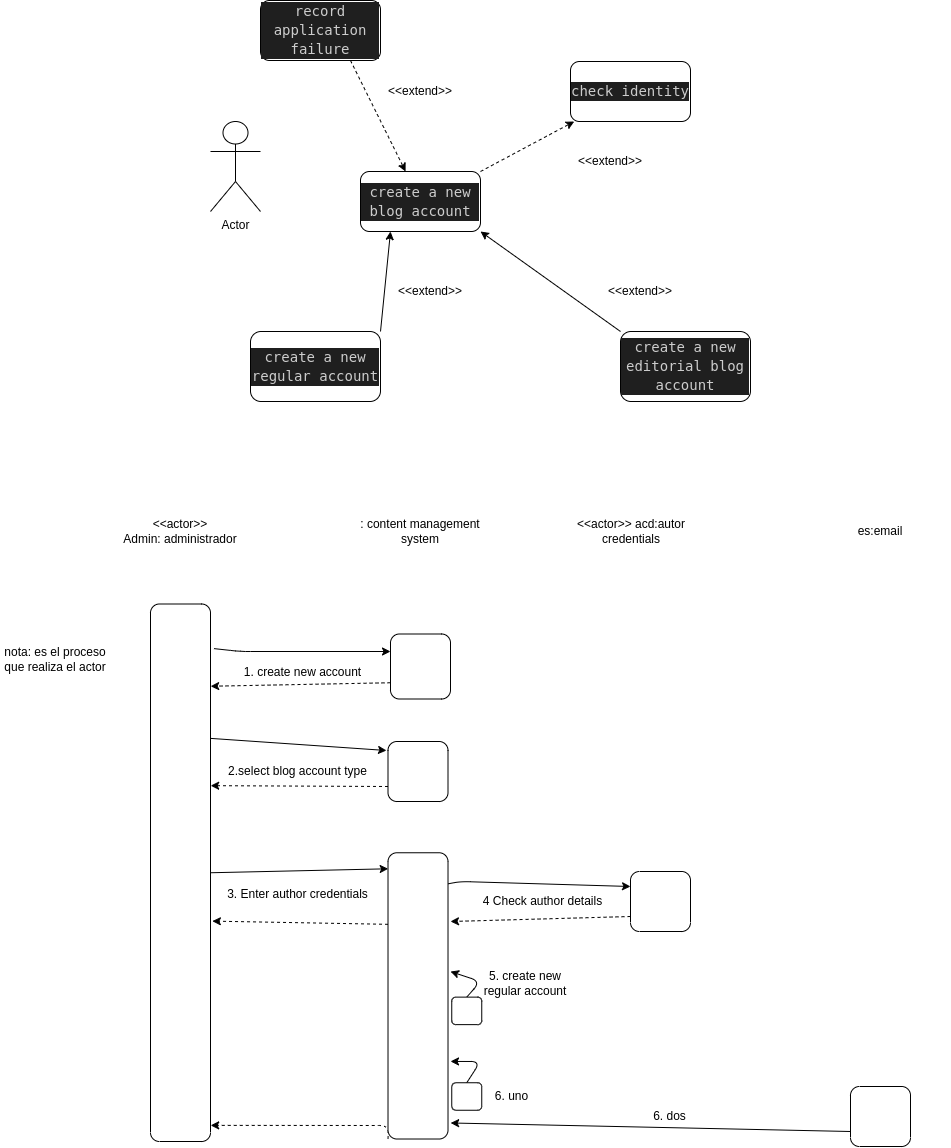
The draw.io diagram diagrama de secuencia/apuntesDS.drawio.png in mdiogc/ETS, before a commit. Source tidied: cells renumbered, new cells last; positions are measured from the earlier drawing's top-left corner, leaving out a move shared by most shapes.
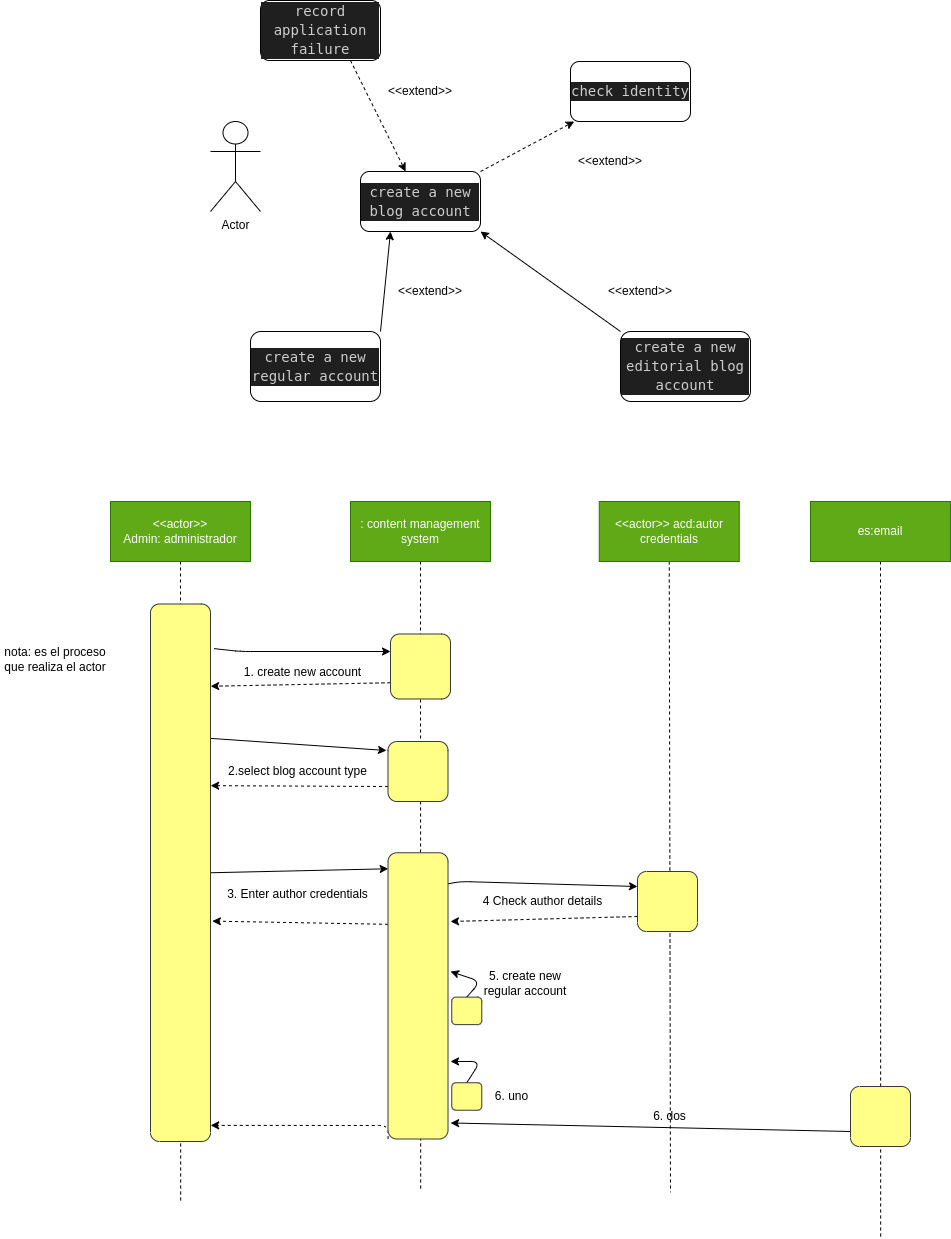
The same file after the commit.

The edit, as a diff of the source:
```diff
@@ -44,25 +44,35 @@
     <mxCell id="15" value="&amp;lt;&amp;lt;extend&amp;gt;&amp;gt;" style="text;html=1;strokeColor=none;fillColor=none;align=center;verticalAlign=middle;whiteSpace=wrap;rounded=0;" parent="1" vertex="1">
       <mxGeometry x="679" y="271" width="100" height="40" as="geometry" />
     </mxCell>
+    <mxCell id="48" style="edgeStyle=none;html=1;exitX=0.5;exitY=1;exitDx=0;exitDy=0;dashed=1;endArrow=none;endFill=0;" parent="1" edge="1" source="16">
+      <mxGeometry relative="1" as="geometry">
+        <mxPoint x="269.2" y="1201" as="targetPoint" />
+      </mxGeometry>
+    </mxCell>
-    <mxCell id="16" value="&amp;lt;&amp;lt;actor&amp;gt;&amp;gt;&lt;br&gt;Admin: administrador" style="text;html=1;strokeColor=none;fillColor=none;align=center;verticalAlign=middle;whiteSpace=wrap;rounded=0;" parent="1" vertex="1">
+    <mxCell id="16" value="&amp;lt;&amp;lt;actor&amp;gt;&amp;gt;&lt;br&gt;Admin: administrador" style="text;html=1;strokeColor=#2D7600;fillColor=#60a917;align=center;verticalAlign=middle;whiteSpace=wrap;rounded=0;fontColor=#ffffff;" parent="1" vertex="1">
       <mxGeometry x="199" y="501" width="140" height="60" as="geometry" />
     </mxCell>
     <mxCell id="17" value="nota: es el proceso que realiza el actor" style="text;html=1;strokeColor=none;fillColor=none;align=center;verticalAlign=middle;whiteSpace=wrap;rounded=0;" parent="1" vertex="1">
       <mxGeometry x="89" y="633.5" width="110" height="50" as="geometry" />
     </mxCell>
+    <mxCell id="49" style="edgeStyle=none;html=1;exitX=0.5;exitY=1;exitDx=0;exitDy=0;dashed=1;endArrow=none;endFill=0;" parent="1" edge="1" source="18">
+      <mxGeometry relative="1" as="geometry">
+        <mxPoint x="509.2" y="1191" as="targetPoint" />
+      </mxGeometry>
+    </mxCell>
-    <mxCell id="18" value=": content management system" style="text;html=1;strokeColor=none;fillColor=none;align=center;verticalAlign=middle;whiteSpace=wrap;rounded=0;" parent="1" vertex="1">
+    <mxCell id="18" value=": content management system" style="text;html=1;strokeColor=#2D7600;fillColor=#60a917;align=center;verticalAlign=middle;whiteSpace=wrap;rounded=0;fontColor=#ffffff;" parent="1" vertex="1">
       <mxGeometry x="439" y="501" width="140" height="60" as="geometry" />
     </mxCell>
     <mxCell id="19" style="edgeStyle=none;html=1;exitX=0.25;exitY=0;exitDx=0;exitDy=0;entryX=0.847;entryY=1.003;entryDx=0;entryDy=0;entryPerimeter=0;dashed=1;" parent="1" edge="1" source="20" target="28">
       <mxGeometry relative="1" as="geometry" />
     </mxCell>
-    <mxCell id="20" style="rounded=1;whiteSpace=wrap;html=1;rotation=-90;" parent="1" vertex="1">
+    <mxCell id="20" style="rounded=1;whiteSpace=wrap;html=1;rotation=-90;fillColor=#ffff88;strokeColor=#36393d;" parent="1" vertex="1">
       <mxGeometry x="476.5" y="636" width="65" height="60" as="geometry" />
     </mxCell>
     <mxCell id="21" style="edgeStyle=none;html=1;exitX=0.25;exitY=0;exitDx=0;exitDy=0;entryX=0.662;entryY=1.003;entryDx=0;entryDy=0;entryPerimeter=0;dashed=1;" parent="1" edge="1" source="22" target="28">
       <mxGeometry relative="1" as="geometry" />
     </mxCell>
-    <mxCell id="22" style="rounded=1;whiteSpace=wrap;html=1;rotation=-90;" parent="1" vertex="1">
+    <mxCell id="22" style="rounded=1;whiteSpace=wrap;html=1;rotation=-90;fillColor=#ffff88;strokeColor=#36393d;" parent="1" vertex="1">
       <mxGeometry x="476.5" y="741" width="60" height="60" as="geometry" />
     </mxCell>
     <mxCell id="23" value="1. create new account" style="text;html=1;strokeColor=none;fillColor=none;align=center;verticalAlign=middle;whiteSpace=wrap;rounded=0;" parent="1" vertex="1">
@@ -85,11 +95,16 @@
     <mxCell id="27" style="edgeStyle=none;html=1;exitX=0.5;exitY=1;exitDx=0;exitDy=0;entryX=0.944;entryY=0.003;entryDx=0;entryDy=0;entryPerimeter=0;endArrow=classic;endFill=1;" parent="1" edge="1" source="28" target="33">
       <mxGeometry relative="1" as="geometry" />
     </mxCell>
-    <mxCell id="28" style="rounded=1;whiteSpace=wrap;html=1;rotation=-90;" parent="1" vertex="1">
+    <mxCell id="28" style="rounded=1;whiteSpace=wrap;html=1;rotation=-90;fillColor=#ffff88;strokeColor=#36393d;" parent="1" vertex="1">
       <mxGeometry x="0.2" y="842.2" width="537.5" height="60" as="geometry" />
     </mxCell>
+    <mxCell id="50" style="edgeStyle=none;html=1;exitX=0.5;exitY=1;exitDx=0;exitDy=0;dashed=1;endArrow=none;endFill=0;" parent="1" edge="1" source="29">
+      <mxGeometry relative="1" as="geometry">
+        <mxPoint x="759" y="1191.8" as="targetPoint" />
+      </mxGeometry>
+    </mxCell>
-    <mxCell id="29" value="&amp;lt;&amp;lt;actor&amp;gt;&amp;gt; acd:autor credentials" style="text;html=1;strokeColor=none;fillColor=none;align=center;verticalAlign=middle;whiteSpace=wrap;rounded=0;" parent="1" vertex="1">
-      <mxGeometry x="649.6" y="501" width="140" height="60" as="geometry" />
+    <mxCell id="29" value="&amp;lt;&amp;lt;actor&amp;gt;&amp;gt; acd:autor credentials" style="text;html=1;strokeColor=#2D7600;fillColor=#60a917;align=center;verticalAlign=middle;whiteSpace=wrap;rounded=0;fontColor=#ffffff;" parent="1" vertex="1">
+      <mxGeometry x="687.8" y="501" width="140" height="60" as="geometry" />
     </mxCell>
     <mxCell id="30" style="edgeStyle=none;html=1;exitX=0.75;exitY=0;exitDx=0;exitDy=0;entryX=0.41;entryY=1.031;entryDx=0;entryDy=0;entryPerimeter=0;dashed=1;" parent="1" edge="1" source="33" target="28">
       <mxGeometry relative="1" as="geometry" />
@@ -108,7 +123,7 @@
         </Array>
       </mxGeometry>
     </mxCell>
-    <mxCell id="33" style="rounded=1;whiteSpace=wrap;html=1;rotation=-90;" parent="1" vertex="1">
+    <mxCell id="33" style="rounded=1;whiteSpace=wrap;html=1;rotation=-90;fillColor=#ffff88;strokeColor=#36393d;" parent="1" vertex="1">
       <mxGeometry x="363.4" y="965.4" width="286.2" height="60" as="geometry" />
     </mxCell>
     <mxCell id="34" value="3. Enter author credentials" style="text;html=1;strokeColor=none;fillColor=none;align=center;verticalAlign=middle;whiteSpace=wrap;rounded=0;" parent="1" vertex="1">
@@ -119,8 +134,8 @@
         <mxPoint x="539" y="921" as="targetPoint" />
       </mxGeometry>
     </mxCell>
-    <mxCell id="36" style="rounded=1;whiteSpace=wrap;html=1;rotation=-90;" parent="1" vertex="1">
-      <mxGeometry x="719" y="871" width="60" height="60" as="geometry" />
+    <mxCell id="36" style="rounded=1;whiteSpace=wrap;html=1;rotation=-90;fillColor=#ffff88;strokeColor=#36393d;" parent="1" vertex="1">
+      <mxGeometry x="726" y="871" width="60" height="60" as="geometry" />
     </mxCell>
     <mxCell id="37" value="4 Check author details" style="text;html=1;strokeColor=none;fillColor=none;align=center;verticalAlign=middle;whiteSpace=wrap;rounded=0;" parent="1" vertex="1">
       <mxGeometry x="559" y="884.8" width="145" height="32.5" as="geometry" />
@@ -132,7 +147,7 @@
         </Array>
       </mxGeometry>
     </mxCell>
-    <mxCell id="39" style="rounded=1;whiteSpace=wrap;html=1;rotation=-90;" parent="1" vertex="1">
+    <mxCell id="39" style="rounded=1;whiteSpace=wrap;html=1;rotation=-90;fillColor=#ffff88;strokeColor=#36393d;" parent="1" vertex="1">
       <mxGeometry x="541.5" y="995.4" width="27.5" height="30" as="geometry" />
     </mxCell>
     <mxCell id="40" value="5. create new regular account" style="text;html=1;strokeColor=none;fillColor=none;align=center;verticalAlign=middle;whiteSpace=wrap;rounded=0;" parent="1" vertex="1">
@@ -145,19 +160,24 @@
         </Array>
       </mxGeometry>
     </mxCell>
-    <mxCell id="42" style="rounded=1;whiteSpace=wrap;html=1;rotation=-90;" parent="1" vertex="1">
+    <mxCell id="42" style="rounded=1;whiteSpace=wrap;html=1;rotation=-90;fillColor=#ffff88;strokeColor=#36393d;" parent="1" vertex="1">
       <mxGeometry x="541.5" y="1081" width="27.5" height="30" as="geometry" />
     </mxCell>
     <mxCell id="43" value="6. uno" style="text;html=1;strokeColor=none;fillColor=none;align=center;verticalAlign=middle;whiteSpace=wrap;rounded=0;" parent="1" vertex="1">
       <mxGeometry x="579" y="1086" width="42.5" height="20" as="geometry" />
     </mxCell>
+    <mxCell id="51" style="edgeStyle=none;html=1;exitX=0.5;exitY=1;exitDx=0;exitDy=0;dashed=1;endArrow=none;endFill=0;" parent="1" edge="1" source="44">
+      <mxGeometry relative="1" as="geometry">
+        <mxPoint x="969.2" y="1236.8" as="targetPoint" />
+      </mxGeometry>
+    </mxCell>
-    <mxCell id="44" value="es:email" style="text;html=1;strokeColor=none;fillColor=none;align=center;verticalAlign=middle;whiteSpace=wrap;rounded=0;" parent="1" vertex="1">
+    <mxCell id="44" value="es:email" style="text;html=1;strokeColor=#2D7600;fillColor=#60a917;align=center;verticalAlign=middle;whiteSpace=wrap;rounded=0;fontColor=#ffffff;" parent="1" vertex="1">
       <mxGeometry x="899" y="501" width="140" height="60" as="geometry" />
     </mxCell>
     <mxCell id="45" style="edgeStyle=none;html=1;exitX=0.25;exitY=0;exitDx=0;exitDy=0;entryX=0.056;entryY=1.044;entryDx=0;entryDy=0;entryPerimeter=0;endArrow=classic;endFill=1;" parent="1" edge="1" source="46" target="33">
       <mxGeometry relative="1" as="geometry" />
     </mxCell>
-    <mxCell id="46" style="rounded=1;whiteSpace=wrap;html=1;rotation=-90;" parent="1" vertex="1">
+    <mxCell id="46" style="rounded=1;whiteSpace=wrap;html=1;rotation=-90;fillColor=#ffff88;strokeColor=#36393d;" parent="1" vertex="1">
       <mxGeometry x="939" y="1086" width="60" height="60" as="geometry" />
     </mxCell>
     <mxCell id="47" value="6. dos" style="text;html=1;strokeColor=none;fillColor=none;align=center;verticalAlign=middle;whiteSpace=wrap;rounded=0;" parent="1" vertex="1">
```
